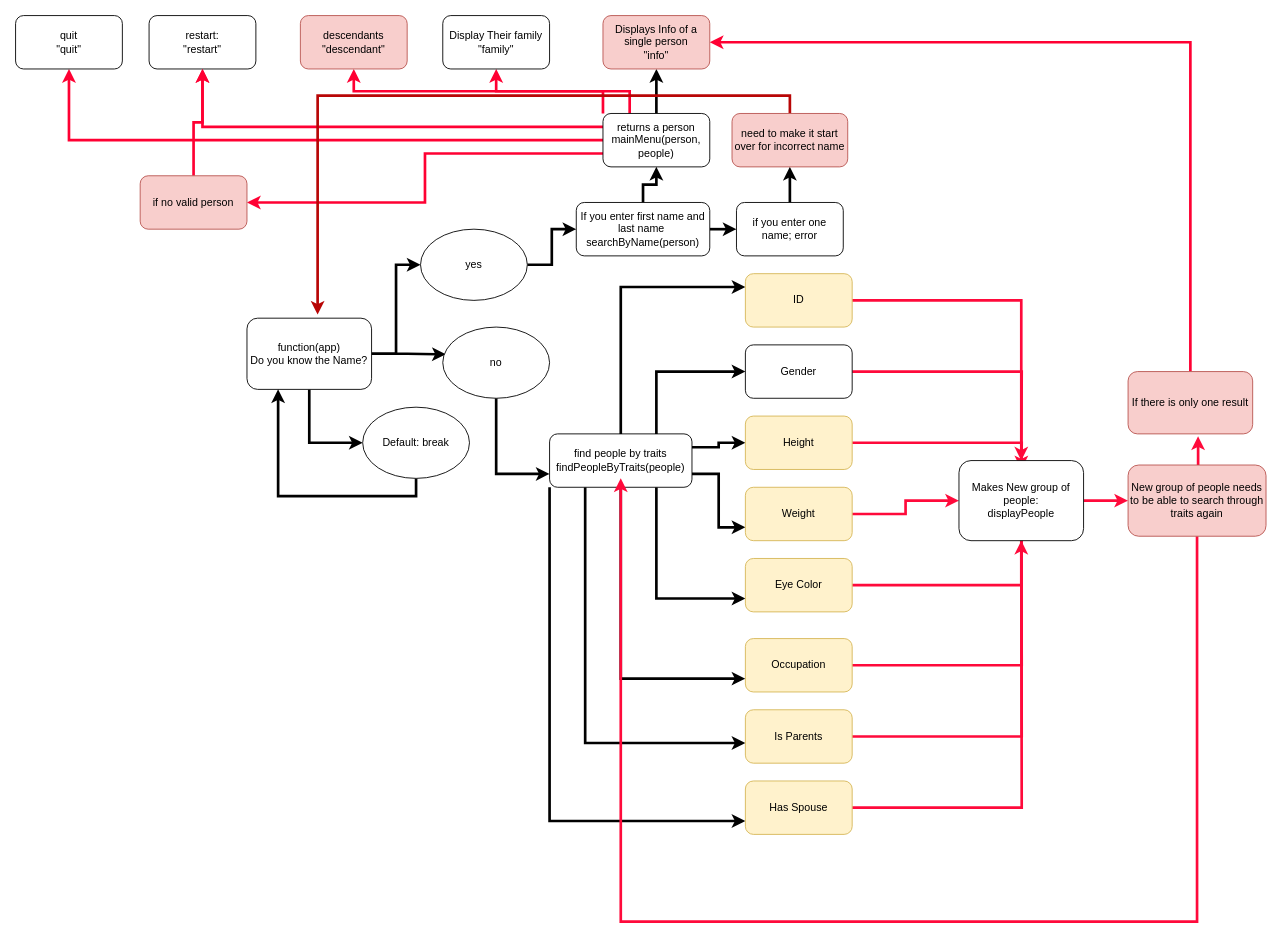
Before: App Map.drawio in MichaelBHerman/MostWanted, a draw.io diagram. Source tidied: cells renumbered, new cells numbered last; positions are measured from the earlier drawing's top-left corner, leaving out a move shared by most shapes. Both pictures are drawn from the tidied source at 89%, with x=0, y=0 at pixel (15, 15).
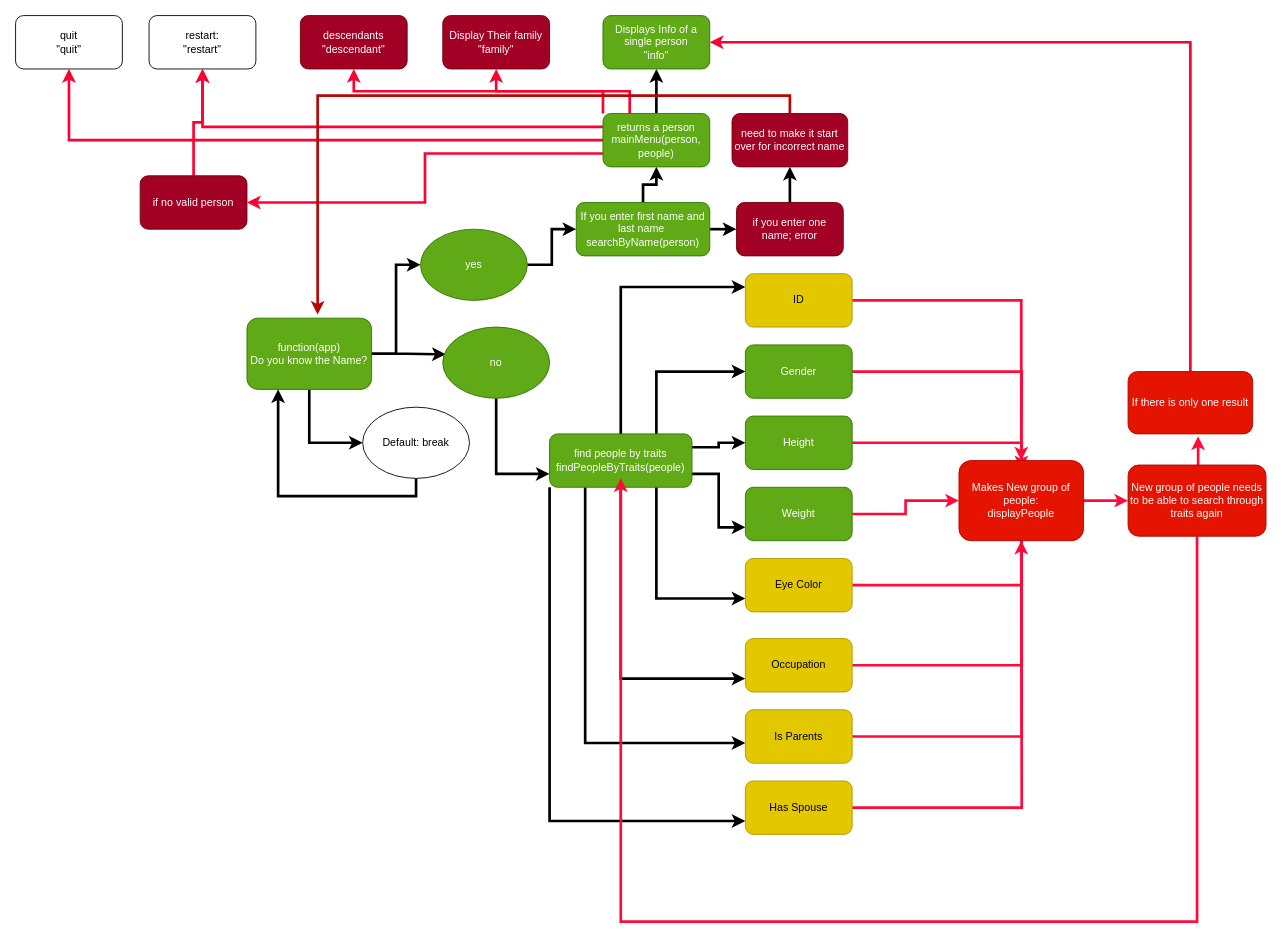
After the change.

Diff of the diagram source:
```diff
@@
-    <mxCell id="5" value="function(app)&lt;br&gt;Do you know the Name?" style="rounded=1;whiteSpace=wrap;html=1;" parent="1" vertex="1">
+    <mxCell id="5" value="function(app)&lt;br&gt;Do you know the Name?" style="rounded=1;whiteSpace=wrap;html=1;fillColor=#60a917;strokeColor=#2D7600;fontColor=#ffffff;" parent="1" vertex="1">
       <mxGeometry x="260" y="340" width="140" height="80" as="geometry" />
     </mxCell>
@@
-    <mxCell id="7" value="yes" style="ellipse;whiteSpace=wrap;html=1;" parent="1" vertex="1">
+    <mxCell id="7" value="yes" style="ellipse;whiteSpace=wrap;html=1;fillColor=#60a917;strokeColor=#2D7600;fontColor=#ffffff;" parent="1" vertex="1">
       <mxGeometry x="455" y="240" width="120" height="80" as="geometry" />
     </mxCell>
@@
-    <mxCell id="9" value="no" style="ellipse;whiteSpace=wrap;html=1;" parent="1" vertex="1">
+    <mxCell id="9" value="no" style="ellipse;whiteSpace=wrap;html=1;fillColor=#60a917;strokeColor=#2D7600;fontColor=#ffffff;" parent="1" vertex="1">
       <mxGeometry x="480" y="350" width="120" height="80" as="geometry" />
     </mxCell>
@@
-    <mxCell id="20" value="find people by traits&lt;br&gt;findPeopleByTraits(people)" style="rounded=1;whiteSpace=wrap;html=1;" parent="1" vertex="1">
+    <mxCell id="20" value="find people by traits&lt;br&gt;findPeopleByTraits(people)" style="rounded=1;whiteSpace=wrap;html=1;fillColor=#60a917;strokeColor=#2D7600;fontColor=#ffffff;" parent="1" vertex="1">
       <mxGeometry x="600" y="470" width="160" height="60" as="geometry" />
     </mxCell>
@@
-    <mxCell id="23" value="If you enter first name and last name&amp;nbsp;&lt;br&gt;searchByName(person)" style="rounded=1;whiteSpace=wrap;html=1;" parent="1" vertex="1">
+    <mxCell id="23" value="If you enter first name and last name&amp;nbsp;&lt;br&gt;searchByName(person)" style="rounded=1;whiteSpace=wrap;html=1;fillColor=#60a917;strokeColor=#2D7600;fontColor=#ffffff;" parent="1" vertex="1">
       <mxGeometry x="630" y="210" width="150" height="60" as="geometry" />
     </mxCell>
@@
-    <mxCell id="30" value="returns a person&lt;br&gt;mainMenu(person, people)" style="rounded=1;whiteSpace=wrap;html=1;" parent="1" vertex="1">
+    <mxCell id="30" value="returns a person&lt;br&gt;mainMenu(person, people)" style="rounded=1;whiteSpace=wrap;html=1;fillColor=#60a917;strokeColor=#2D7600;fontColor=#ffffff;" parent="1" vertex="1">
       <mxGeometry x="660" y="110" width="120" height="60" as="geometry" />
     </mxCell>
@@
-    <mxCell id="32" value="if you enter one name; error" style="rounded=1;whiteSpace=wrap;html=1;" parent="1" vertex="1">
+    <mxCell id="32" value="if you enter one name; error" style="rounded=1;whiteSpace=wrap;html=1;fillColor=#a20025;strokeColor=#6F0000;fontColor=#ffffff;" parent="1" vertex="1">
       <mxGeometry x="810" y="210" width="120" height="60" as="geometry" />
     </mxCell>
@@
-    <mxCell id="34" value="need to make it start over for incorrect name" style="rounded=1;whiteSpace=wrap;html=1;fillColor=#f8cecc;strokeColor=#b85450;" parent="1" vertex="1">
+    <mxCell id="34" value="need to make it start over for incorrect name" style="rounded=1;whiteSpace=wrap;html=1;fillColor=#a20025;strokeColor=#6F0000;fontColor=#ffffff;" parent="1" vertex="1">
       <mxGeometry x="805" y="110" width="130" height="60" as="geometry" />
     </mxCell>
@@
-    <mxCell id="36" value="&lt;font color=&quot;#000000&quot;&gt;ID&lt;/font&gt;" style="rounded=1;whiteSpace=wrap;html=1;fillColor=#fff2cc;strokeColor=#d6b656;" parent="1" vertex="1">
+    <mxCell id="36" value="&lt;font color=&quot;#000000&quot;&gt;ID&lt;/font&gt;" style="rounded=1;whiteSpace=wrap;html=1;fillColor=#e3c800;strokeColor=#B09500;fontColor=#000000;" parent="1" vertex="1">
       <mxGeometry x="820" y="290" width="120" height="60" as="geometry" />
     </mxCell>
@@
-    <mxCell id="38" value="Gender" style="rounded=1;whiteSpace=wrap;html=1;" parent="1" vertex="1">
+    <mxCell id="38" value="Gender" style="rounded=1;whiteSpace=wrap;html=1;fillColor=#60a917;strokeColor=#2D7600;fontColor=#ffffff;" parent="1" vertex="1">
       <mxGeometry x="820" y="370" width="120" height="60" as="geometry" />
     </mxCell>
@@
-    <mxCell id="40" value="&lt;font color=&quot;#000000&quot;&gt;Height&lt;/font&gt;" style="rounded=1;whiteSpace=wrap;html=1;fillColor=#fff2cc;strokeColor=#d6b656;" parent="1" vertex="1">
+    <mxCell id="40" value="&lt;font&gt;Height&lt;/font&gt;" style="rounded=1;whiteSpace=wrap;html=1;strokeColor=#2D7600;fillColor=#60a917;fontColor=#ffffff;" parent="1" vertex="1">
       <mxGeometry x="820" y="450" width="120" height="60" as="geometry" />
     </mxCell>
@@
-    <mxCell id="42" value="&lt;font color=&quot;#000000&quot;&gt;Weight&lt;/font&gt;" style="rounded=1;whiteSpace=wrap;html=1;fillColor=#fff2cc;strokeColor=#d6b656;" parent="1" vertex="1">
+    <mxCell id="42" value="&lt;font&gt;Weight&lt;/font&gt;" style="rounded=1;whiteSpace=wrap;html=1;strokeColor=#2D7600;fillColor=#60a917;fontColor=#ffffff;" parent="1" vertex="1">
       <mxGeometry x="820" y="530" width="120" height="60" as="geometry" />
     </mxCell>
@@
-    <mxCell id="44" value="&lt;font color=&quot;#000000&quot;&gt;Eye Color&lt;/font&gt;" style="rounded=1;whiteSpace=wrap;html=1;fillColor=#fff2cc;strokeColor=#d6b656;" parent="1" vertex="1">
+    <mxCell id="44" value="&lt;font color=&quot;#000000&quot;&gt;Eye Color&lt;/font&gt;" style="rounded=1;whiteSpace=wrap;html=1;fillColor=#e3c800;strokeColor=#B09500;fontColor=#000000;" parent="1" vertex="1">
       <mxGeometry x="820" y="610" width="120" height="60" as="geometry" />
     </mxCell>
@@
-    <mxCell id="46" value="&lt;font color=&quot;#000000&quot;&gt;Occupation&lt;/font&gt;" style="rounded=1;whiteSpace=wrap;html=1;fillColor=#fff2cc;strokeColor=#d6b656;" parent="1" vertex="1">
+    <mxCell id="46" value="&lt;font color=&quot;#000000&quot;&gt;Occupation&lt;/font&gt;" style="rounded=1;whiteSpace=wrap;html=1;fillColor=#e3c800;strokeColor=#B09500;fontColor=#000000;" parent="1" vertex="1">
       <mxGeometry x="820" y="700" width="120" height="60" as="geometry" />
     </mxCell>
@@
-    <mxCell id="48" value="&lt;font color=&quot;#000000&quot;&gt;Is Parents&lt;/font&gt;" style="rounded=1;whiteSpace=wrap;html=1;fillColor=#fff2cc;strokeColor=#d6b656;" parent="1" vertex="1">
+    <mxCell id="48" value="&lt;font color=&quot;#000000&quot;&gt;Is Parents&lt;/font&gt;" style="rounded=1;whiteSpace=wrap;html=1;fillColor=#e3c800;strokeColor=#B09500;fontColor=#000000;" parent="1" vertex="1">
       <mxGeometry x="820" y="780" width="120" height="60" as="geometry" />
     </mxCell>
@@
-    <mxCell id="50" value="Has Spouse" style="rounded=1;whiteSpace=wrap;html=1;fillColor=#fff2cc;strokeColor=#d6b656;" parent="1" vertex="1">
+    <mxCell id="50" value="&lt;font color=&quot;#000000&quot;&gt;Has Spouse&lt;/font&gt;" style="rounded=1;whiteSpace=wrap;html=1;fillColor=#e3c800;strokeColor=#B09500;fontColor=#000000;" parent="1" vertex="1">
       <mxGeometry x="820" y="860" width="120" height="60" as="geometry" />
     </mxCell>
@@
-    <mxCell id="52" value="Makes New group of people:&lt;br&gt;displayPeople" style="rounded=1;whiteSpace=wrap;html=1;" parent="1" vertex="1">
+    <mxCell id="52" value="Makes New group of people:&lt;br&gt;displayPeople" style="rounded=1;whiteSpace=wrap;html=1;fillColor=#e51400;strokeColor=#B20000;fontColor=#ffffff;" parent="1" vertex="1">
       <mxGeometry x="1060" y="500" width="140" height="90" as="geometry" />
     </mxCell>
@@
-    <mxCell id="55" value="New group of people needs to be able to search through traits again" style="rounded=1;whiteSpace=wrap;html=1;fillColor=#f8cecc;strokeColor=#b85450;" parent="1" vertex="1">
+    <mxCell id="55" value="New group of people needs to be able to search through traits again" style="rounded=1;whiteSpace=wrap;html=1;fillColor=#e51400;strokeColor=#B20000;fontColor=#ffffff;" parent="1" vertex="1">
       <mxGeometry x="1250" y="505" width="155" height="80" as="geometry" />
     </mxCell>
@@
-    <mxCell id="57" value="If there is only one result" style="rounded=1;whiteSpace=wrap;html=1;fillColor=#f8cecc;strokeColor=#b85450;" parent="1" vertex="1">
+    <mxCell id="57" value="If there is only one result" style="rounded=1;whiteSpace=wrap;html=1;fillColor=#e51400;strokeColor=#B20000;fontColor=#ffffff;" parent="1" vertex="1">
       <mxGeometry x="1250" y="400" width="140" height="70" as="geometry" />
     </mxCell>
-    <mxCell id="58" value="Displays Info of a single person&lt;br&gt;&quot;info&quot;" style="rounded=1;whiteSpace=wrap;html=1;fillColor=#f8cecc;strokeColor=#b85450;" parent="1" vertex="1">
+    <mxCell id="58" value="Displays Info of a single person&lt;br&gt;&quot;info&quot;" style="rounded=1;whiteSpace=wrap;html=1;fillColor=#60a917;strokeColor=#2D7600;fontColor=#ffffff;" parent="1" vertex="1">
       <mxGeometry x="660" width="120" height="60" as="geometry" />
     </mxCell>
-    <mxCell id="59" value="Display Their family&lt;br&gt;&quot;family&quot;" style="rounded=1;whiteSpace=wrap;html=1;" parent="1" vertex="1">
+    <mxCell id="59" value="Display Their family&lt;br&gt;&quot;family&quot;" style="rounded=1;whiteSpace=wrap;html=1;fillColor=#a20025;strokeColor=#6F0000;fontColor=#ffffff;" parent="1" vertex="1">
       <mxGeometry x="480" width="120" height="60" as="geometry" />
     </mxCell>
-    <mxCell id="60" value="descendants&lt;br&gt;&quot;descendant&quot;" style="rounded=1;whiteSpace=wrap;html=1;fillColor=#f8cecc;strokeColor=#b85450;" parent="1" vertex="1">
+    <mxCell id="60" value="descendants&lt;br&gt;&quot;descendant&quot;" style="rounded=1;whiteSpace=wrap;html=1;fillColor=#a20025;strokeColor=#6F0000;fontColor=#ffffff;" parent="1" vertex="1">
       <mxGeometry x="320" width="120" height="60" as="geometry" />
     </mxCell>
@@
-    <mxCell id="64" value="if no valid person" style="rounded=1;whiteSpace=wrap;html=1;fillColor=#f8cecc;strokeColor=#b85450;" parent="1" vertex="1">
+    <mxCell id="64" value="if no valid person" style="rounded=1;whiteSpace=wrap;html=1;fillColor=#a20025;strokeColor=#6F0000;fontColor=#ffffff;" parent="1" vertex="1">
       <mxGeometry x="140" y="180" width="120" height="60" as="geometry" />
     </mxCell>
```
